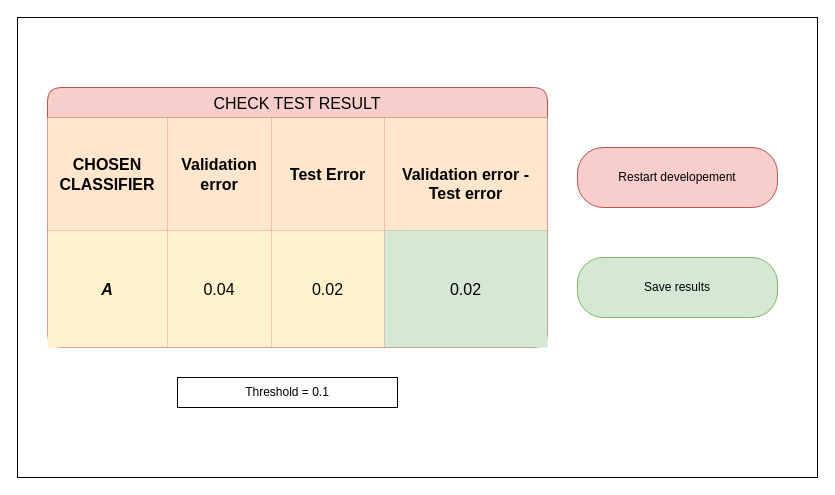
Before: check test result (Cape)/CHECK TEST RESULT - TASK LEVEL MODELING.drawio in BaffoBello14/AutomaticDamagesRecognition, a draw.io diagram. Source tidied: cells renumbered, new cells numbered last; positions are measured from the earlier drawing's top-left corner, leaving out a move shared by most shapes. Both pictures are drawn from the tidied source at 100%, with x=0, y=0 at pixel (17, 17).
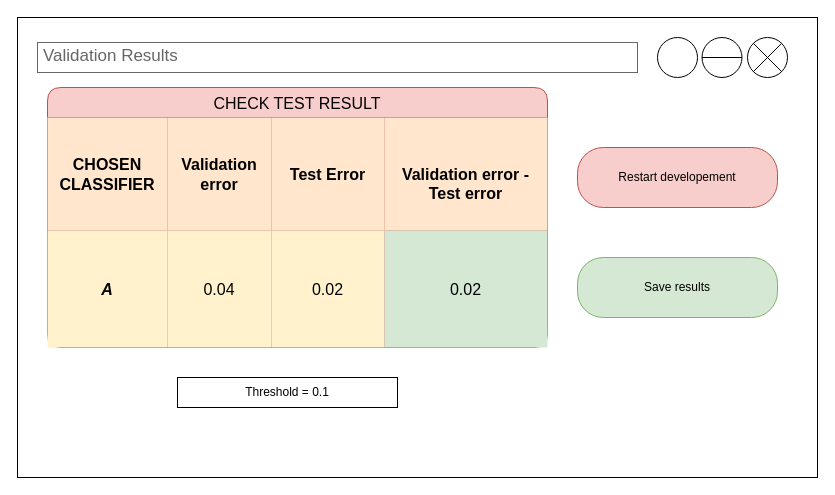
Above is the later version.

The edit, as a diff of the source:
```diff
@@
+    <mxCell id="17" style="ellipse;whiteSpace=wrap;html=1;" parent="1" vertex="1">
+      <mxGeometry x="640" y="20" width="40" height="40" as="geometry" />
+    </mxCell>
+    <mxCell id="18" style="shape=sumEllipse;perimeter=ellipsePerimeter;whiteSpace=wrap;html=1;backgroundOutline=1;" parent="1" vertex="1">
+      <mxGeometry x="730" y="20" width="40" height="40" as="geometry" />
+    </mxCell>
+    <mxCell id="19" style="shape=lineEllipse;perimeter=ellipsePerimeter;whiteSpace=wrap;html=1;backgroundOutline=1;" parent="1" vertex="1">
+      <mxGeometry x="684.5" y="20" width="40" height="40" as="geometry" />
+    </mxCell>
+    <mxCell id="20" value="Validation Results" style="strokeWidth=1;shadow=0;dashed=0;align=center;html=1;shape=mxgraph.mockup.text.textBox;fontColor=#666666;align=left;fontSize=17;spacingLeft=4;spacingTop=-3;strokeColor=#666666;mainText=;" parent="1" vertex="1">
+      <mxGeometry x="20" y="25" width="600" height="30" as="geometry" />
+    </mxCell>
```
